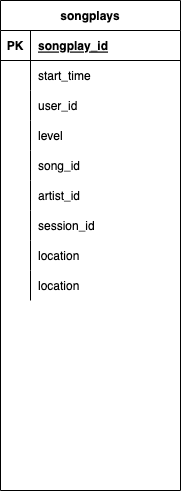
The draw.io diagram udacity_schema.drawio.png in rusty172/mywork, before a commit. Source tidied: cells renumbered, new cells last; positions are measured from the earlier drawing's top-left corner, leaving out a move shared by most shapes.
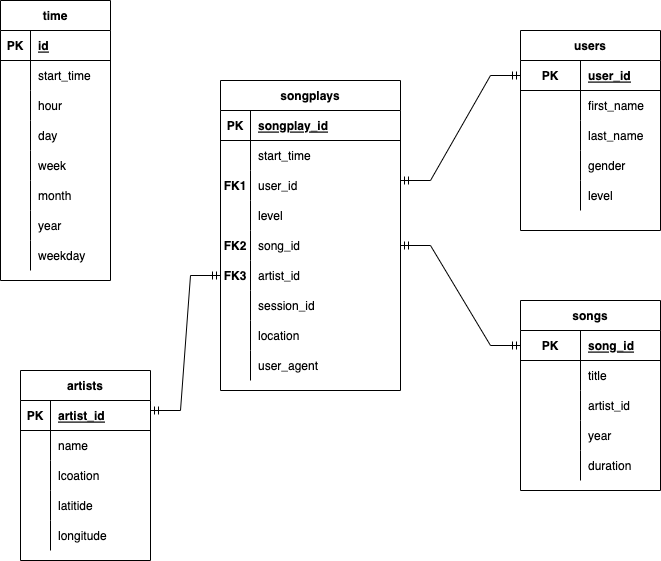
The same diagram one commit later.

Change to the diagram source:
```diff
@@ -3,7 +3,7 @@
     <mxCell id="0" />
     <mxCell id="1" parent="0" />
     <mxCell id="2" value="songplays" style="shape=table;startSize=30;rowLines=0;fontStyle=1;align=center;" parent="1" vertex="1">
-      <mxGeometry width="180" height="490" as="geometry" />
+      <mxGeometry width="180" height="310" as="geometry" />
     </mxCell>
     <mxCell id="3" style="shape=tableRow;horizontal=0;startSize=0;swimlaneHead=0;swimlaneBody=0;fillColor=none;top=0;left=0;right=0;bottom=1;" parent="2" vertex="1">
       <mxGeometry y="30" width="180" height="30" as="geometry" />
@@ -26,7 +26,7 @@
     <mxCell id="9" style="shape=tableRow;horizontal=0;startSize=0;swimlaneHead=0;swimlaneBody=0;fillColor=none;top=0;left=0;right=0;bottom=0;" parent="2" vertex="1">
       <mxGeometry y="90" width="180" height="30" as="geometry" />
     </mxCell>
-    <mxCell id="10" style="shape=partialRectangle;fillColor=none;top=0;left=0;bottom=0;right=0;overflow=hidden;" parent="9" vertex="1">
+    <mxCell id="10" value="FK1" style="shape=partialRectangle;fillColor=none;top=0;left=0;bottom=0;right=0;overflow=hidden;fontStyle=1;" parent="9" vertex="1">
       <mxGeometry width="30" height="30" as="geometry" />
     </mxCell>
     <mxCell id="11" value="user_id" style="shape=partialRectangle;fillColor=none;top=0;left=0;bottom=0;right=0;align=left;spacingLeft=6;overflow=hidden;" parent="9" vertex="1">
@@ -44,7 +44,7 @@
     <mxCell id="15" style="shape=tableRow;horizontal=0;startSize=0;swimlaneHead=0;swimlaneBody=0;fillColor=none;points=[[0,0.5],[1,0.5]];portConstraint=eastwest;top=0;left=0;right=0;bottom=0;" parent="2" vertex="1">
       <mxGeometry y="150" width="180" height="30" as="geometry" />
     </mxCell>
-    <mxCell id="16" style="shape=partialRectangle;fillColor=none;top=0;left=0;bottom=0;right=0;overflow=hidden;" parent="15" vertex="1">
+    <mxCell id="16" value="FK2" style="shape=partialRectangle;fillColor=none;top=0;left=0;bottom=0;right=0;overflow=hidden;fontStyle=1;" parent="15" vertex="1">
       <mxGeometry width="30" height="30" as="geometry" />
     </mxCell>
     <mxCell id="17" value="song_id" style="shape=partialRectangle;fillColor=none;top=0;left=0;bottom=0;right=0;align=left;spacingLeft=6;overflow=hidden;" parent="15" vertex="1">
@@ -53,7 +53,7 @@
     <mxCell id="18" style="shape=tableRow;horizontal=0;startSize=0;swimlaneHead=0;swimlaneBody=0;fillColor=none;points=[[0,0.5],[1,0.5]];portConstraint=eastwest;top=0;left=0;right=0;bottom=0;" parent="2" vertex="1">
       <mxGeometry y="180" width="180" height="30" as="geometry" />
     </mxCell>
-    <mxCell id="19" style="shape=partialRectangle;fillColor=none;top=0;left=0;bottom=0;right=0;overflow=hidden;" parent="18" vertex="1">
+    <mxCell id="19" value="FK3" style="shape=partialRectangle;fillColor=none;top=0;left=0;bottom=0;right=0;overflow=hidden;fontStyle=1;" parent="18" vertex="1">
       <mxGeometry width="30" height="30" as="geometry" />
     </mxCell>
     <mxCell id="20" value="artist_id" style="shape=partialRectangle;fillColor=none;top=0;left=0;bottom=0;right=0;align=left;spacingLeft=6;overflow=hidden;" parent="18" vertex="1">
@@ -83,8 +83,241 @@
     <mxCell id="28" style="shape=partialRectangle;fillColor=none;top=0;left=0;bottom=0;right=0;overflow=hidden;" parent="27" vertex="1">
       <mxGeometry width="30" height="30" as="geometry" />
     </mxCell>
-    <mxCell id="29" value="location" style="shape=partialRectangle;fillColor=none;top=0;left=0;bottom=0;right=0;align=left;spacingLeft=6;overflow=hidden;" parent="27" vertex="1">
+    <mxCell id="29" value="user_agent" style="shape=partialRectangle;fillColor=none;top=0;left=0;bottom=0;right=0;align=left;spacingLeft=6;overflow=hidden;" parent="27" vertex="1">
       <mxGeometry x="30" width="150" height="30" as="geometry" />
     </mxCell>
+    <mxCell id="30" style="edgeStyle=entityRelationEdgeStyle;fontSize=12;html=1;endArrow=ERmandOne;startArrow=ERmandOne;rounded=0;entryX=0;entryY=0.5;entryDx=0;entryDy=0;" parent="1" edge="1">
+      <mxGeometry relative="1" as="geometry">
+        <mxPoint x="180" y="100" as="sourcePoint" />
+        <mxPoint x="300" y="-5" as="targetPoint" />
+      </mxGeometry>
+    </mxCell>
+    <mxCell id="31" value="users" style="shape=table;startSize=30;rowLines=0;fontStyle=1;align=center;" parent="1" vertex="1">
+      <mxGeometry x="300" y="-50" width="140" height="200" as="geometry" />
+    </mxCell>
+    <mxCell id="32" style="shape=tableRow;horizontal=0;startSize=0;swimlaneHead=0;swimlaneBody=0;fillColor=none;top=0;left=0;right=0;bottom=1;" parent="31" vertex="1">
+      <mxGeometry y="30" width="140" height="30" as="geometry" />
+    </mxCell>
+    <mxCell id="33" value="PK" style="shape=partialRectangle;fillColor=none;top=0;left=0;bottom=0;right=0;fontStyle=1;overflow=hidden;" parent="32" vertex="1">
+      <mxGeometry width="60" height="30" as="geometry" />
+    </mxCell>
+    <mxCell id="34" value="user_id" style="shape=partialRectangle;fillColor=none;top=0;left=0;bottom=0;right=0;align=left;spacingLeft=6;fontStyle=5;overflow=hidden;" parent="32" vertex="1">
+      <mxGeometry x="60" width="80" height="30" as="geometry" />
+    </mxCell>
+    <mxCell id="35" style="shape=tableRow;horizontal=0;startSize=0;swimlaneHead=0;swimlaneBody=0;fillColor=none;top=0;left=0;right=0;bottom=0;" parent="31" vertex="1">
+      <mxGeometry y="60" width="140" height="30" as="geometry" />
+    </mxCell>
+    <mxCell id="36" style="shape=partialRectangle;fillColor=none;top=0;left=0;bottom=0;right=0;overflow=hidden;" parent="35" vertex="1">
+      <mxGeometry width="60" height="30" as="geometry" />
+    </mxCell>
+    <mxCell id="37" value="first_name" style="shape=partialRectangle;fillColor=none;top=0;left=0;bottom=0;right=0;align=left;spacingLeft=6;overflow=hidden;" parent="35" vertex="1">
+      <mxGeometry x="60" width="80" height="30" as="geometry" />
+    </mxCell>
+    <mxCell id="38" style="shape=tableRow;horizontal=0;startSize=0;swimlaneHead=0;swimlaneBody=0;fillColor=none;top=0;left=0;right=0;bottom=0;" parent="31" vertex="1">
+      <mxGeometry y="90" width="140" height="30" as="geometry" />
+    </mxCell>
+    <mxCell id="39" style="shape=partialRectangle;fillColor=none;top=0;left=0;bottom=0;right=0;overflow=hidden;" parent="38" vertex="1">
+      <mxGeometry width="60" height="30" as="geometry" />
+    </mxCell>
+    <mxCell id="40" value="last_name" style="shape=partialRectangle;fillColor=none;top=0;left=0;bottom=0;right=0;align=left;spacingLeft=6;overflow=hidden;" parent="38" vertex="1">
+      <mxGeometry x="60" width="80" height="30" as="geometry" />
+    </mxCell>
+    <mxCell id="41" style="shape=tableRow;horizontal=0;startSize=0;swimlaneHead=0;swimlaneBody=0;fillColor=none;top=0;left=0;right=0;bottom=0;" parent="31" vertex="1">
+      <mxGeometry y="120" width="140" height="30" as="geometry" />
+    </mxCell>
+    <mxCell id="42" style="shape=partialRectangle;fillColor=none;top=0;left=0;bottom=0;right=0;overflow=hidden;" parent="41" vertex="1">
+      <mxGeometry width="60" height="30" as="geometry" />
+    </mxCell>
+    <mxCell id="43" value="gender" style="shape=partialRectangle;fillColor=none;top=0;left=0;bottom=0;right=0;align=left;spacingLeft=6;overflow=hidden;" parent="41" vertex="1">
+      <mxGeometry x="60" width="80" height="30" as="geometry" />
+    </mxCell>
+    <mxCell id="44" style="shape=tableRow;horizontal=0;startSize=0;swimlaneHead=0;swimlaneBody=0;fillColor=none;top=0;left=0;right=0;bottom=0;" parent="31" vertex="1">
+      <mxGeometry y="150" width="140" height="30" as="geometry" />
+    </mxCell>
+    <mxCell id="45" style="shape=partialRectangle;fillColor=none;top=0;left=0;bottom=0;right=0;overflow=hidden;" parent="44" vertex="1">
+      <mxGeometry width="60" height="30" as="geometry" />
+    </mxCell>
+    <mxCell id="46" value="level" style="shape=partialRectangle;fillColor=none;top=0;left=0;bottom=0;right=0;align=left;spacingLeft=6;overflow=hidden;" parent="44" vertex="1">
+      <mxGeometry x="60" width="80" height="30" as="geometry" />
+    </mxCell>
+    <mxCell id="47" value="songs" style="shape=table;startSize=30;rowLines=0;fontStyle=1;align=center;" parent="1" vertex="1">
+      <mxGeometry x="300" y="220" width="140" height="190" as="geometry" />
+    </mxCell>
+    <mxCell id="48" style="shape=tableRow;horizontal=0;startSize=0;swimlaneHead=0;swimlaneBody=0;fillColor=none;points=[[0,0.5],[1,0.5]];portConstraint=eastwest;top=0;left=0;right=0;bottom=1;" parent="47" vertex="1">
+      <mxGeometry y="30" width="140" height="30" as="geometry" />
+    </mxCell>
+    <mxCell id="49" value="PK" style="shape=partialRectangle;fillColor=none;top=0;left=0;bottom=0;right=0;fontStyle=1;overflow=hidden;" parent="48" vertex="1">
+      <mxGeometry width="60" height="30" as="geometry" />
+    </mxCell>
+    <mxCell id="50" value="song_id" style="shape=partialRectangle;fillColor=none;top=0;left=0;bottom=0;right=0;align=left;spacingLeft=6;fontStyle=5;overflow=hidden;" parent="48" vertex="1">
+      <mxGeometry x="60" width="80" height="30" as="geometry" />
+    </mxCell>
+    <mxCell id="51" style="shape=tableRow;horizontal=0;startSize=0;swimlaneHead=0;swimlaneBody=0;fillColor=none;top=0;left=0;right=0;bottom=0;" parent="47" vertex="1">
+      <mxGeometry y="60" width="140" height="30" as="geometry" />
+    </mxCell>
+    <mxCell id="52" style="shape=partialRectangle;fillColor=none;top=0;left=0;bottom=0;right=0;fontStyle=0;overflow=hidden;" parent="51" vertex="1">
+      <mxGeometry width="60" height="30" as="geometry" />
+    </mxCell>
+    <mxCell id="53" value="title" style="shape=partialRectangle;fillColor=none;top=0;left=0;bottom=0;right=0;align=left;spacingLeft=6;fontStyle=0;overflow=hidden;" parent="51" vertex="1">
+      <mxGeometry x="60" width="80" height="30" as="geometry" />
+    </mxCell>
+    <mxCell id="54" style="shape=tableRow;horizontal=0;startSize=0;swimlaneHead=0;swimlaneBody=0;fillColor=none;top=0;left=0;right=0;bottom=0;" parent="47" vertex="1">
+      <mxGeometry y="90" width="140" height="30" as="geometry" />
+    </mxCell>
+    <mxCell id="55" style="shape=partialRectangle;fillColor=none;top=0;left=0;bottom=0;right=0;fontStyle=1;overflow=hidden;" parent="54" vertex="1">
+      <mxGeometry width="60" height="30" as="geometry" />
+    </mxCell>
+    <mxCell id="56" value="artist_id" style="shape=partialRectangle;fillColor=none;top=0;left=0;bottom=0;right=0;align=left;spacingLeft=6;fontStyle=0;overflow=hidden;" parent="54" vertex="1">
+      <mxGeometry x="60" width="80" height="30" as="geometry" />
+    </mxCell>
+    <mxCell id="57" style="shape=tableRow;horizontal=0;startSize=0;swimlaneHead=0;swimlaneBody=0;fillColor=none;top=0;left=0;right=0;bottom=0;" parent="47" vertex="1">
+      <mxGeometry y="120" width="140" height="30" as="geometry" />
+    </mxCell>
+    <mxCell id="58" style="shape=partialRectangle;fillColor=none;top=0;left=0;bottom=0;right=0;overflow=hidden;" parent="57" vertex="1">
+      <mxGeometry width="60" height="30" as="geometry" />
+    </mxCell>
+    <mxCell id="59" value="year" style="shape=partialRectangle;fillColor=none;top=0;left=0;bottom=0;right=0;align=left;spacingLeft=6;overflow=hidden;" parent="57" vertex="1">
+      <mxGeometry x="60" width="80" height="30" as="geometry" />
+    </mxCell>
+    <mxCell id="60" style="shape=tableRow;horizontal=0;startSize=0;swimlaneHead=0;swimlaneBody=0;fillColor=none;top=0;left=0;right=0;bottom=0;" parent="47" vertex="1">
+      <mxGeometry y="150" width="140" height="30" as="geometry" />
+    </mxCell>
+    <mxCell id="61" style="shape=partialRectangle;fillColor=none;top=0;left=0;bottom=0;right=0;overflow=hidden;" parent="60" vertex="1">
+      <mxGeometry width="60" height="30" as="geometry" />
+    </mxCell>
+    <mxCell id="62" value="duration" style="shape=partialRectangle;fillColor=none;top=0;left=0;bottom=0;right=0;align=left;spacingLeft=6;overflow=hidden;" parent="60" vertex="1">
+      <mxGeometry x="60" width="80" height="30" as="geometry" />
+    </mxCell>
+    <mxCell id="63" style="edgeStyle=entityRelationEdgeStyle;fontSize=12;html=1;endArrow=ERmandOne;startArrow=ERmandOne;rounded=0;exitX=1;exitY=0.5;exitDx=0;exitDy=0;entryX=0;entryY=0.5;entryDx=0;entryDy=0;" parent="1" edge="1" source="15" target="48">
+      <mxGeometry relative="1" as="geometry" />
+    </mxCell>
+    <mxCell id="64" value="artists" style="shape=table;startSize=30;rowLines=0;fontStyle=1;align=center;" parent="1" vertex="1">
+      <mxGeometry x="-200" y="290" width="130" height="190" as="geometry" />
+    </mxCell>
+    <mxCell id="65" style="shape=tableRow;horizontal=0;startSize=0;swimlaneHead=0;swimlaneBody=0;fillColor=none;top=0;left=0;right=0;bottom=1;" parent="64" vertex="1">
+      <mxGeometry y="30" width="130" height="30" as="geometry" />
+    </mxCell>
+    <mxCell id="66" value="PK" style="shape=partialRectangle;fillColor=none;top=0;left=0;bottom=0;right=0;fontStyle=1;overflow=hidden;" parent="65" vertex="1">
+      <mxGeometry width="30" height="30" as="geometry" />
+    </mxCell>
+    <mxCell id="67" value="artist_id" style="shape=partialRectangle;fillColor=none;top=0;left=0;bottom=0;right=0;align=left;spacingLeft=6;fontStyle=5;overflow=hidden;" parent="65" vertex="1">
+      <mxGeometry x="30" width="100" height="30" as="geometry" />
+    </mxCell>
+    <mxCell id="68" style="shape=tableRow;horizontal=0;startSize=0;swimlaneHead=0;swimlaneBody=0;fillColor=none;top=0;left=0;right=0;bottom=0;" parent="64" vertex="1">
+      <mxGeometry y="60" width="130" height="30" as="geometry" />
+    </mxCell>
+    <mxCell id="69" style="shape=partialRectangle;fillColor=none;top=0;left=0;bottom=0;right=0;overflow=hidden;" parent="68" vertex="1">
+      <mxGeometry width="30" height="30" as="geometry" />
+    </mxCell>
+    <mxCell id="70" value="name" style="shape=partialRectangle;fillColor=none;top=0;left=0;bottom=0;right=0;align=left;spacingLeft=6;overflow=hidden;" parent="68" vertex="1">
+      <mxGeometry x="30" width="100" height="30" as="geometry" />
+    </mxCell>
+    <mxCell id="71" style="shape=tableRow;horizontal=0;startSize=0;swimlaneHead=0;swimlaneBody=0;fillColor=none;top=0;left=0;right=0;bottom=0;" parent="64" vertex="1">
+      <mxGeometry y="90" width="130" height="30" as="geometry" />
+    </mxCell>
+    <mxCell id="72" style="shape=partialRectangle;fillColor=none;top=0;left=0;bottom=0;right=0;overflow=hidden;" parent="71" vertex="1">
+      <mxGeometry width="30" height="30" as="geometry" />
+    </mxCell>
+    <mxCell id="73" value="lcoation" style="shape=partialRectangle;fillColor=none;top=0;left=0;bottom=0;right=0;align=left;spacingLeft=6;overflow=hidden;" parent="71" vertex="1">
+      <mxGeometry x="30" width="100" height="30" as="geometry" />
+    </mxCell>
+    <mxCell id="74" style="shape=tableRow;horizontal=0;startSize=0;swimlaneHead=0;swimlaneBody=0;fillColor=none;top=0;left=0;right=0;bottom=0;" parent="64" vertex="1">
+      <mxGeometry y="120" width="130" height="30" as="geometry" />
+    </mxCell>
+    <mxCell id="75" style="shape=partialRectangle;fillColor=none;top=0;left=0;bottom=0;right=0;overflow=hidden;" parent="74" vertex="1">
+      <mxGeometry width="30" height="30" as="geometry" />
+    </mxCell>
+    <mxCell id="76" value="latitide" style="shape=partialRectangle;fillColor=none;top=0;left=0;bottom=0;right=0;align=left;spacingLeft=6;overflow=hidden;" parent="74" vertex="1">
+      <mxGeometry x="30" width="100" height="30" as="geometry" />
+    </mxCell>
+    <mxCell id="77" style="shape=tableRow;horizontal=0;startSize=0;swimlaneHead=0;swimlaneBody=0;fillColor=none;top=0;left=0;right=0;bottom=0;" parent="64" vertex="1">
+      <mxGeometry y="150" width="130" height="30" as="geometry" />
+    </mxCell>
+    <mxCell id="78" style="shape=partialRectangle;fillColor=none;top=0;left=0;bottom=0;right=0;overflow=hidden;" parent="77" vertex="1">
+      <mxGeometry width="30" height="30" as="geometry" />
+    </mxCell>
+    <mxCell id="79" value="longitude" style="shape=partialRectangle;fillColor=none;top=0;left=0;bottom=0;right=0;align=left;spacingLeft=6;overflow=hidden;" parent="77" vertex="1">
+      <mxGeometry x="30" width="100" height="30" as="geometry" />
+    </mxCell>
+    <mxCell id="80" style="edgeStyle=entityRelationEdgeStyle;fontSize=12;html=1;endArrow=ERmandOne;startArrow=ERmandOne;rounded=0;entryX=0;entryY=0.5;entryDx=0;entryDy=0;" parent="1" edge="1" target="18">
+      <mxGeometry relative="1" as="geometry">
+        <mxPoint x="-70" y="330" as="sourcePoint" />
+      </mxGeometry>
+    </mxCell>
+    <mxCell id="81" value="time" style="shape=table;startSize=30;rowLines=0;fontStyle=1;align=center;" parent="1" vertex="1">
+      <mxGeometry x="-220" y="-80" width="110" height="280" as="geometry" />
+    </mxCell>
+    <mxCell id="82" style="shape=tableRow;horizontal=0;startSize=0;swimlaneHead=0;swimlaneBody=0;fillColor=none;top=0;left=0;right=0;bottom=1;" parent="81" vertex="1">
+      <mxGeometry y="30" width="110" height="30" as="geometry" />
+    </mxCell>
+    <mxCell id="83" value="PK" style="shape=partialRectangle;fillColor=none;top=0;left=0;bottom=0;right=0;fontStyle=1;overflow=hidden;" parent="82" vertex="1">
+      <mxGeometry width="30" height="30" as="geometry" />
+    </mxCell>
+    <mxCell id="84" value="id" style="shape=partialRectangle;fillColor=none;top=0;left=0;bottom=0;right=0;align=left;spacingLeft=6;fontStyle=5;overflow=hidden;" parent="82" vertex="1">
+      <mxGeometry x="30" width="80" height="30" as="geometry" />
+    </mxCell>
+    <mxCell id="85" style="shape=tableRow;horizontal=0;startSize=0;swimlaneHead=0;swimlaneBody=0;fillColor=none;top=0;left=0;right=0;bottom=0;" parent="81" vertex="1">
+      <mxGeometry y="60" width="110" height="30" as="geometry" />
+    </mxCell>
+    <mxCell id="86" style="shape=partialRectangle;fillColor=none;top=0;left=0;bottom=0;right=0;overflow=hidden;" parent="85" vertex="1">
+      <mxGeometry width="30" height="30" as="geometry" />
+    </mxCell>
+    <mxCell id="87" value="start_time" style="shape=partialRectangle;fillColor=none;top=0;left=0;bottom=0;right=0;align=left;spacingLeft=6;overflow=hidden;" parent="85" vertex="1">
+      <mxGeometry x="30" width="80" height="30" as="geometry" />
+    </mxCell>
+    <mxCell id="88" style="shape=tableRow;horizontal=0;startSize=0;swimlaneHead=0;swimlaneBody=0;fillColor=none;top=0;left=0;right=0;bottom=0;" parent="81" vertex="1">
+      <mxGeometry y="90" width="110" height="30" as="geometry" />
+    </mxCell>
+    <mxCell id="89" style="shape=partialRectangle;fillColor=none;top=0;left=0;bottom=0;right=0;overflow=hidden;" parent="88" vertex="1">
+      <mxGeometry width="30" height="30" as="geometry" />
+    </mxCell>
+    <mxCell id="90" value="hour" style="shape=partialRectangle;fillColor=none;top=0;left=0;bottom=0;right=0;align=left;spacingLeft=6;overflow=hidden;" parent="88" vertex="1">
+      <mxGeometry x="30" width="80" height="30" as="geometry" />
+    </mxCell>
+    <mxCell id="91" style="shape=tableRow;horizontal=0;startSize=0;swimlaneHead=0;swimlaneBody=0;fillColor=none;top=0;left=0;right=0;bottom=0;" parent="81" vertex="1">
+      <mxGeometry y="120" width="110" height="30" as="geometry" />
+    </mxCell>
+    <mxCell id="92" style="shape=partialRectangle;fillColor=none;top=0;left=0;bottom=0;right=0;overflow=hidden;" parent="91" vertex="1">
+      <mxGeometry width="30" height="30" as="geometry" />
+    </mxCell>
+    <mxCell id="93" value="day" style="shape=partialRectangle;fillColor=none;top=0;left=0;bottom=0;right=0;align=left;spacingLeft=6;overflow=hidden;" parent="91" vertex="1">
+      <mxGeometry x="30" width="80" height="30" as="geometry" />
+    </mxCell>
+    <mxCell id="94" style="shape=tableRow;horizontal=0;startSize=0;swimlaneHead=0;swimlaneBody=0;fillColor=none;top=0;left=0;right=0;bottom=0;" parent="81" vertex="1">
+      <mxGeometry y="150" width="110" height="30" as="geometry" />
+    </mxCell>
+    <mxCell id="95" style="shape=partialRectangle;fillColor=none;top=0;left=0;bottom=0;right=0;overflow=hidden;" parent="94" vertex="1">
+      <mxGeometry width="30" height="30" as="geometry" />
+    </mxCell>
+    <mxCell id="96" value="week" style="shape=partialRectangle;fillColor=none;top=0;left=0;bottom=0;right=0;align=left;spacingLeft=6;overflow=hidden;" parent="94" vertex="1">
+      <mxGeometry x="30" width="80" height="30" as="geometry" />
+    </mxCell>
+    <mxCell id="97" style="shape=tableRow;horizontal=0;startSize=0;swimlaneHead=0;swimlaneBody=0;fillColor=none;top=0;left=0;right=0;bottom=0;" parent="81" vertex="1">
+      <mxGeometry y="180" width="110" height="30" as="geometry" />
+    </mxCell>
+    <mxCell id="98" style="shape=partialRectangle;fillColor=none;top=0;left=0;bottom=0;right=0;overflow=hidden;" parent="97" vertex="1">
+      <mxGeometry width="30" height="30" as="geometry" />
+    </mxCell>
+    <mxCell id="99" value="month" style="shape=partialRectangle;fillColor=none;top=0;left=0;bottom=0;right=0;align=left;spacingLeft=6;overflow=hidden;" parent="97" vertex="1">
+      <mxGeometry x="30" width="80" height="30" as="geometry" />
+    </mxCell>
+    <mxCell id="100" style="shape=tableRow;horizontal=0;startSize=0;swimlaneHead=0;swimlaneBody=0;fillColor=none;top=0;left=0;right=0;bottom=0;" parent="81" vertex="1">
+      <mxGeometry y="210" width="110" height="30" as="geometry" />
+    </mxCell>
+    <mxCell id="101" style="shape=partialRectangle;fillColor=none;top=0;left=0;bottom=0;right=0;overflow=hidden;" parent="100" vertex="1">
+      <mxGeometry width="30" height="30" as="geometry" />
+    </mxCell>
+    <mxCell id="102" value="year" style="shape=partialRectangle;fillColor=none;top=0;left=0;bottom=0;right=0;align=left;spacingLeft=6;overflow=hidden;" parent="100" vertex="1">
+      <mxGeometry x="30" width="80" height="30" as="geometry" />
+    </mxCell>
+    <mxCell id="103" style="shape=tableRow;horizontal=0;startSize=0;swimlaneHead=0;swimlaneBody=0;fillColor=none;top=0;left=0;right=0;bottom=0;" parent="81" vertex="1">
+      <mxGeometry y="240" width="110" height="30" as="geometry" />
+    </mxCell>
+    <mxCell id="104" style="shape=partialRectangle;fillColor=none;top=0;left=0;bottom=0;right=0;overflow=hidden;" parent="103" vertex="1">
+      <mxGeometry width="30" height="30" as="geometry" />
+    </mxCell>
+    <mxCell id="105" value="weekday" style="shape=partialRectangle;fillColor=none;top=0;left=0;bottom=0;right=0;align=left;spacingLeft=6;overflow=hidden;" parent="103" vertex="1">
+      <mxGeometry x="30" width="80" height="30" as="geometry" />
+    </mxCell>
   </root>
 </mxGraphModel>
```
